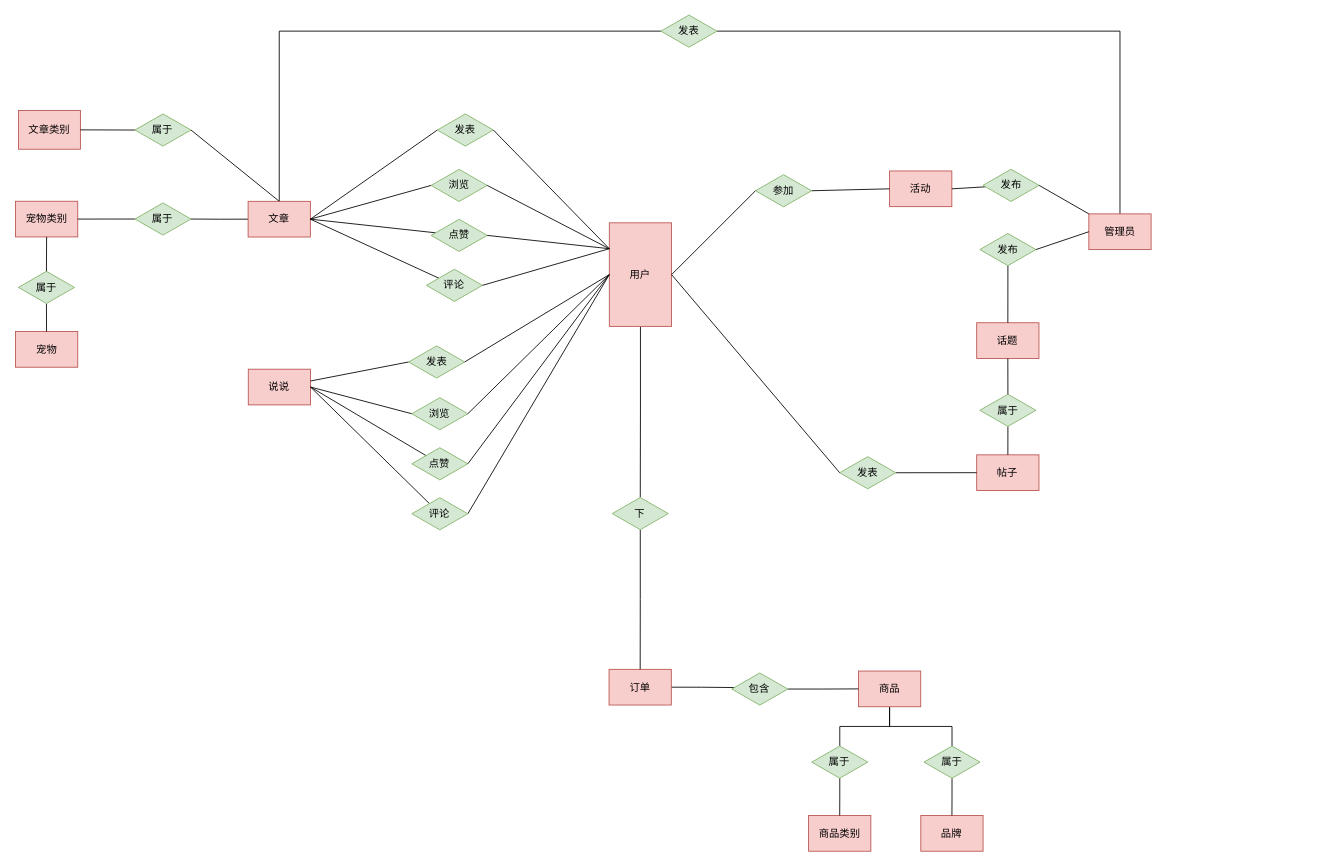
JMHello/draw keeps this draw.io diagram as pet-ER图总图.drawio. Above is the earlier version. Source tidied: cells renumbered, new cells numbered last; positions are measured from the earlier drawing's top-left corner, leaving out a move shared by most shapes. Both pictures are drawn from the tidied source at 86%, with x=0, y=0 at pixel (15, 15).
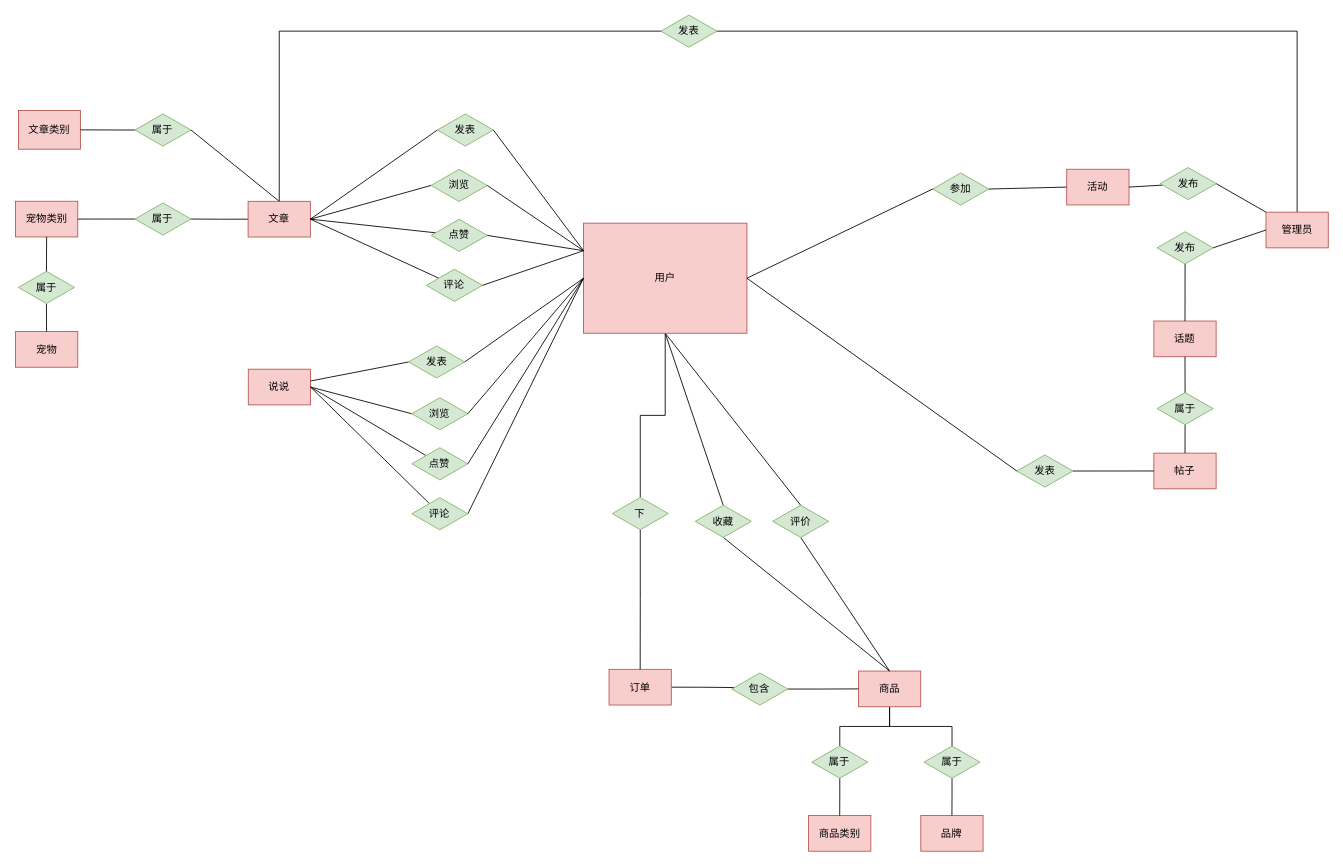
After the change.

Unchanged cells that the change refers to:
```xml
<mxCell id="67" value="商品" style="rounded=0;whiteSpace=wrap;html=1;fillColor=#f8cecc;strokeColor=#b85450;fontSize=12;" parent="1" vertex="1">
  <mxGeometry x="979.7" y="762.8" width="72.4" height="41.5" as="geometry" />
</mxCell>
```

The edit, as a diff of the source:
```diff
@@
+    <mxCell id="81" style="edgeStyle=none;rounded=0;jettySize=auto;html=1;exitX=0.5;exitY=1;exitDx=0;exitDy=0;entryX=0.5;entryY=0;entryDx=0;entryDy=0;endArrow=none;endFill=0;fontSize=12;" parent="1" edge="1" source="3" target="84">
+      <mxGeometry relative="1" as="geometry" />
+    </mxCell>
+    <mxCell id="82" style="edgeStyle=none;rounded=0;jettySize=auto;html=1;exitX=0.5;exitY=1;exitDx=0;exitDy=0;entryX=0.5;entryY=0;entryDx=0;entryDy=0;endArrow=none;endFill=0;fontSize=12;" parent="1" edge="1" source="3" target="86">
+      <mxGeometry relative="1" as="geometry" />
+    </mxCell>
     <mxCell id="3" value="用户" style="rounded=0;whiteSpace=wrap;html=1;fillColor=#f8cecc;strokeColor=#b85450;fontSize=12;" parent="1" vertex="1">
-      <mxGeometry x="690" y="241.6" width="72.4" height="120.4" as="geometry" />
+      <mxGeometry x="660" y="242" width="190" height="128" as="geometry" />
     </mxCell>
@@
     <mxCell id="5" value="管理员" style="rounded=0;whiteSpace=wrap;html=1;fillColor=#f8cecc;strokeColor=#b85450;fontSize=12;" parent="1" vertex="1">
-      <mxGeometry x="1247.6" y="231.2" width="72.4" height="41.5" as="geometry" />
+      <mxGeometry x="1453.6" y="229.2" width="72.4" height="41.5" as="geometry" />
     </mxCell>
@@
     <mxCell id="9" value="话题" style="rounded=0;whiteSpace=wrap;html=1;fillColor=#f8cecc;strokeColor=#b85450;fontSize=12;" parent="1" vertex="1">
-      <mxGeometry x="1117.2" y="357.8" width="72.4" height="41.5" as="geometry" />
+      <mxGeometry x="1323.2" y="355.8" width="72.4" height="41.5" as="geometry" />
     </mxCell>
@@
     <mxCell id="11" value="活动" style="rounded=0;whiteSpace=wrap;html=1;fillColor=#f8cecc;strokeColor=#b85450;fontSize=12;" parent="1" vertex="1">
-      <mxGeometry x="1015.9" y="181.3" width="72.4" height="41.5" as="geometry" />
+      <mxGeometry x="1221.9" y="179.3" width="72.4" height="41.5" as="geometry" />
     </mxCell>
@@
     <mxCell id="19" value="发布" style="rhombus;whiteSpace=wrap;html=1;fontSize=12;fillColor=#d5e8d4;strokeColor=#82b366;" parent="1" vertex="1">
-      <mxGeometry x="1120.9" y="254" width="65.2" height="37.4" as="geometry" />
+      <mxGeometry x="1326.9" y="252" width="65.2" height="37.4" as="geometry" />
     </mxCell>
@@
     <mxCell id="21" value="帖子" style="rounded=0;whiteSpace=wrap;html=1;fillColor=#f8cecc;strokeColor=#b85450;fontSize=12;" parent="1" vertex="1">
-      <mxGeometry x="1117.2" y="511.4" width="72.4" height="41.5" as="geometry" />
+      <mxGeometry x="1323.2" y="509.4" width="72.4" height="41.5" as="geometry" />
     </mxCell>
@@
     <mxCell id="23" value="属于" style="rhombus;whiteSpace=wrap;html=1;fontSize=12;fillColor=#d5e8d4;strokeColor=#82b366;" parent="1" vertex="1">
-      <mxGeometry x="1120.9" y="440.9" width="65.2" height="37.4" as="geometry" />
+      <mxGeometry x="1326.9" y="438.9" width="65.2" height="37.4" as="geometry" />
     </mxCell>
@@
     <mxCell id="26" value="发表" style="rhombus;whiteSpace=wrap;html=1;fontSize=12;fillColor=#d5e8d4;strokeColor=#82b366;" parent="1" vertex="1">
-      <mxGeometry x="957.9" y="513.5" width="65.2" height="37.4" as="geometry" />
+      <mxGeometry x="1163.9" y="511.5" width="65.2" height="37.4" as="geometry" />
     </mxCell>
@@
     <mxCell id="29" value="发布" style="rhombus;whiteSpace=wrap;html=1;fontSize=12;fillColor=#d5e8d4;strokeColor=#82b366;" parent="1" vertex="1">
-      <mxGeometry x="1124.5" y="179.3" width="65.2" height="37.4" as="geometry" />
+      <mxGeometry x="1330.5" y="177.3" width="65.2" height="37.4" as="geometry" />
     </mxCell>
@@
     <mxCell id="32" value="参加" style="rhombus;whiteSpace=wrap;html=1;fontSize=12;fillColor=#d5e8d4;strokeColor=#82b366;" parent="1" vertex="1">
-      <mxGeometry x="860" y="185.6" width="65.2" height="37.4" as="geometry" />
+      <mxGeometry x="1066" y="183.6" width="65.2" height="37.4" as="geometry" />
     </mxCell>
@@
+    <mxCell id="83" style="edgeStyle=none;rounded=0;jettySize=auto;html=1;exitX=0.5;exitY=1;exitDx=0;exitDy=0;entryX=0.5;entryY=0;entryDx=0;entryDy=0;endArrow=none;endFill=0;fontSize=12;" parent="1" edge="1" source="84" target="67">
+      <mxGeometry relative="1" as="geometry" />
+    </mxCell>
+    <mxCell id="84" value="评价" style="rhombus;whiteSpace=wrap;html=1;fontSize=12;fillColor=#d5e8d4;strokeColor=#82b366;" parent="1" vertex="1">
+      <mxGeometry x="879.9" y="570" width="65.2" height="37.4" as="geometry" />
+    </mxCell>
+    <mxCell id="85" style="edgeStyle=none;rounded=0;jettySize=auto;html=1;exitX=0.5;exitY=1;exitDx=0;exitDy=0;entryX=0.5;entryY=0;entryDx=0;entryDy=0;endArrow=none;endFill=0;fontSize=12;" parent="1" edge="1" source="86" target="67">
+      <mxGeometry relative="1" as="geometry" />
+    </mxCell>
+    <mxCell id="86" value="收藏" style="rhombus;whiteSpace=wrap;html=1;fontSize=12;fillColor=#d5e8d4;strokeColor=#82b366;" parent="1" vertex="1">
+      <mxGeometry x="789.9" y="570" width="65.2" height="37.4" as="geometry" />
+    </mxCell>
```
